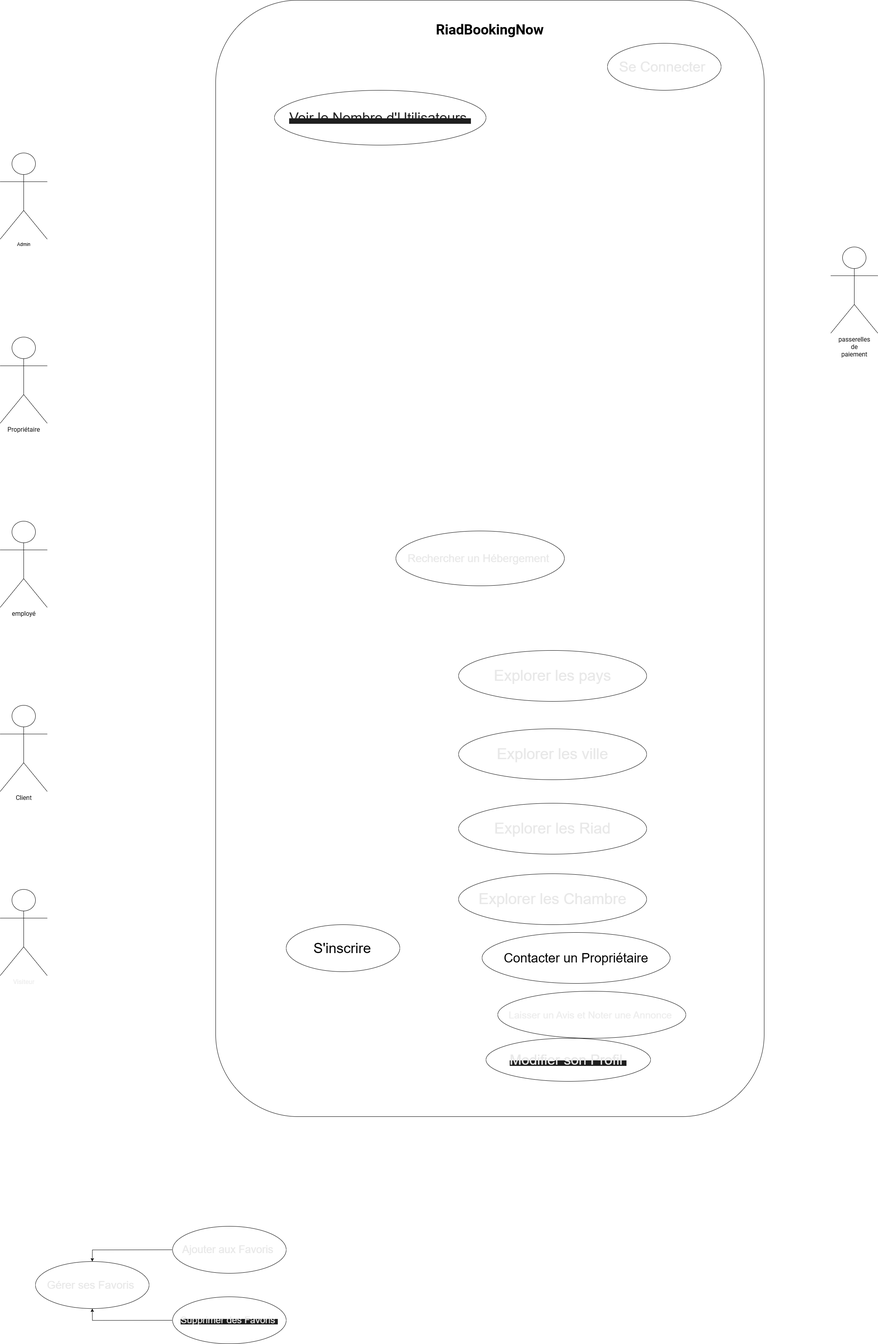
Earlier version of the draw.io export UML/useCase.drawio.png (Mohammed-Ben-Cheikh/ProjectFllRouge). Source tidied: cells renumbered, new cells last; positions are measured from the earlier drawing's top-left corner, leaving out a move shared by most shapes.
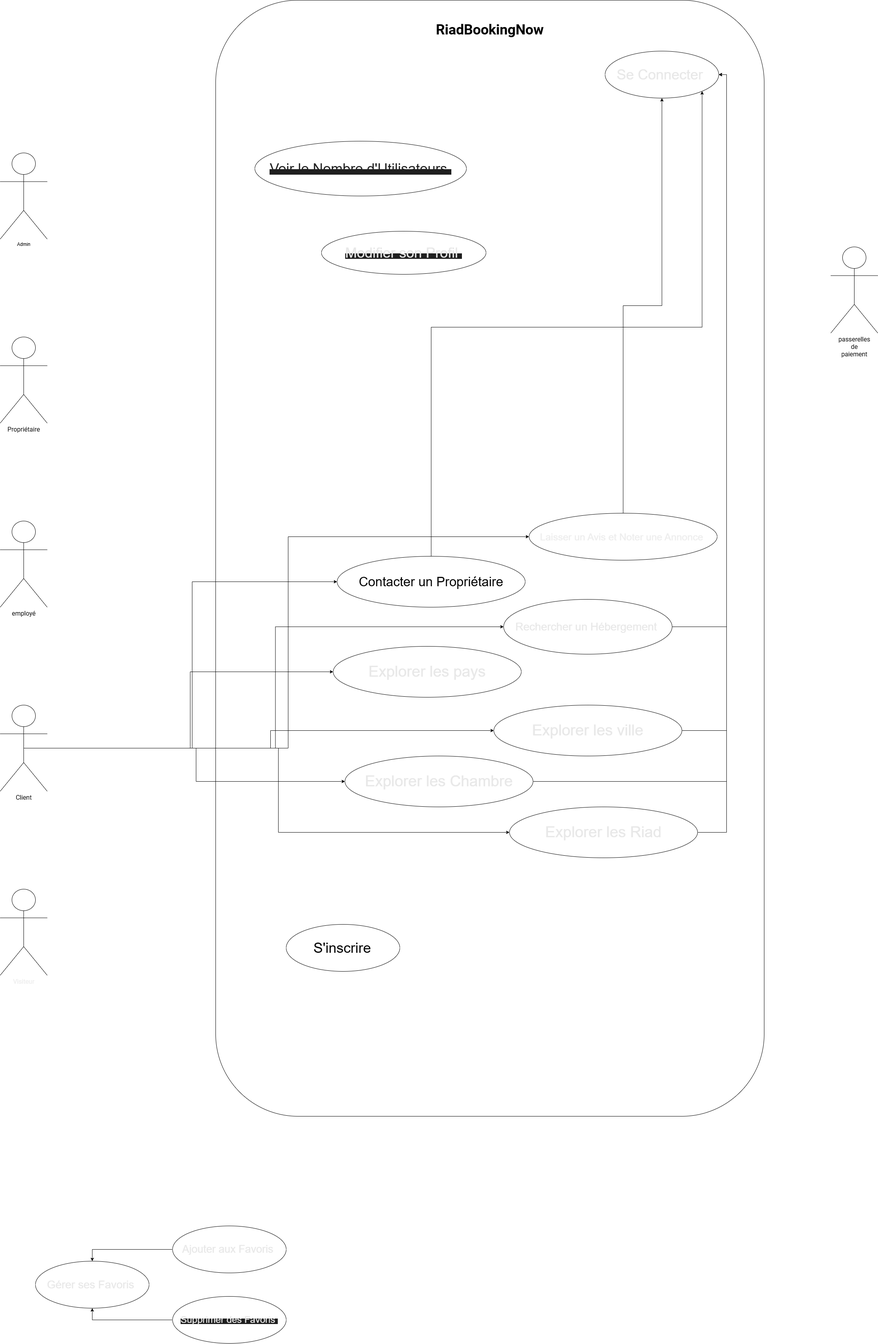
The same diagram one commit later.

Commit message:
Mettre à jour useCase.drawio.png

Change to the diagram source:
```diff
@@ -14,6 +14,27 @@
     <mxCell id="5" value="&lt;b id=&quot;docs-internal-guid-2b99eb78-7fff-9725-4ab4-94ead0ad9fa5&quot; style=&quot;font-weight:normal;&quot;&gt;&lt;span style=&quot;font-size: 12pt; font-family: Roboto, sans-serif; color: rgb(0, 0, 0); background-color: transparent; font-weight: 400; font-style: normal; font-variant: normal; text-decoration: none; vertical-align: baseline; white-space: pre-wrap;&quot;&gt;employé&lt;/span&gt;&lt;/b&gt;" style="shape=umlActor;verticalLabelPosition=bottom;verticalAlign=top;html=1;" parent="1" vertex="1">
       <mxGeometry y="1330" width="120" height="220" as="geometry" />
     </mxCell>
+    <mxCell id="26" style="edgeStyle=orthogonalEdgeStyle;rounded=0;jettySize=auto;html=1;exitX=0.5;exitY=0.5;exitDx=0;exitDy=0;exitPerimeter=0;entryX=0;entryY=0.5;entryDx=0;entryDy=0;" parent="1" edge="1" source="6" target="14">
+      <mxGeometry relative="1" as="geometry" />
+    </mxCell>
+    <mxCell id="27" style="edgeStyle=orthogonalEdgeStyle;rounded=0;jettySize=auto;html=1;exitX=0.5;exitY=0.5;exitDx=0;exitDy=0;exitPerimeter=0;entryX=0;entryY=0.5;entryDx=0;entryDy=0;" parent="1" edge="1" source="6" target="13">
+      <mxGeometry relative="1" as="geometry" />
+    </mxCell>
+    <mxCell id="28" style="edgeStyle=orthogonalEdgeStyle;rounded=0;jettySize=auto;html=1;exitX=0.5;exitY=0.5;exitDx=0;exitDy=0;exitPerimeter=0;entryX=0;entryY=0.5;entryDx=0;entryDy=0;" parent="1" edge="1" source="6" target="15">
+      <mxGeometry relative="1" as="geometry" />
+    </mxCell>
+    <mxCell id="29" style="edgeStyle=orthogonalEdgeStyle;rounded=0;jettySize=auto;html=1;exitX=0.5;exitY=0.5;exitDx=0;exitDy=0;exitPerimeter=0;entryX=0;entryY=0.5;entryDx=0;entryDy=0;" parent="1" edge="1" source="6" target="16">
+      <mxGeometry relative="1" as="geometry" />
+    </mxCell>
+    <mxCell id="30" style="edgeStyle=orthogonalEdgeStyle;rounded=0;jettySize=auto;html=1;exitX=0.5;exitY=0.5;exitDx=0;exitDy=0;exitPerimeter=0;entryX=0;entryY=0.5;entryDx=0;entryDy=0;" parent="1" edge="1" source="6" target="12">
+      <mxGeometry relative="1" as="geometry" />
+    </mxCell>
+    <mxCell id="31" style="edgeStyle=orthogonalEdgeStyle;rounded=0;jettySize=auto;html=1;exitX=0.5;exitY=0.5;exitDx=0;exitDy=0;exitPerimeter=0;entryX=0;entryY=0.5;entryDx=0;entryDy=0;" parent="1" edge="1" source="6" target="17">
+      <mxGeometry relative="1" as="geometry" />
+    </mxCell>
+    <mxCell id="32" style="edgeStyle=orthogonalEdgeStyle;rounded=0;jettySize=auto;html=1;exitX=0.5;exitY=0.5;exitDx=0;exitDy=0;exitPerimeter=0;entryX=0;entryY=0.5;entryDx=0;entryDy=0;" parent="1" edge="1" source="6" target="18">
+      <mxGeometry relative="1" as="geometry" />
+    </mxCell>
     <mxCell id="6" value="&lt;div&gt;&lt;span style=&quot;background-color: transparent; color: light-dark(rgb(0, 0, 0), rgb(255, 255, 255));&quot; id=&quot;docs-internal-guid-0417c63d-7fff-1612-2722-c12c10c178e6&quot;&gt;&lt;span style=&quot;font-size: 12pt; font-family: Roboto, sans-serif; color: rgb(0, 0, 0); background-color: transparent; font-variant-numeric: normal; font-variant-east-asian: normal; font-variant-alternates: normal; font-variant-position: normal; font-variant-emoji: normal; vertical-align: baseline; white-space: pre-wrap;&quot;&gt;C&lt;/span&gt;&lt;/span&gt;&lt;span style=&quot;background-color: transparent; color: light-dark(rgb(0, 0, 0), rgb(237, 237, 237)); font-family: Roboto, sans-serif; font-size: 12pt; white-space: pre-wrap;&quot;&gt;lient&lt;/span&gt;&lt;/div&gt;" style="shape=umlActor;verticalLabelPosition=bottom;verticalAlign=top;html=1;outlineConnect=0;" parent="1" vertex="1">
       <mxGeometry y="1800" width="120" height="220" as="geometry" />
     </mxCell>
@@ -27,31 +48,49 @@
       <mxGeometry y="2270" width="120" height="220" as="geometry" />
     </mxCell>
     <mxCell id="10" value="&lt;span style=&quot;font-family: Arial, sans-serif; text-align: start; white-space: pre;&quot;&gt;&lt;font style=&quot;font-size: 36px; color: light-dark(rgb(232, 232, 232), rgb(255, 255, 255));&quot;&gt;Se Connecter &lt;/font&gt;&lt;/span&gt;" style="ellipse;whiteSpace=wrap;html=1;" parent="1" vertex="1">
-      <mxGeometry x="1550" y="110" width="290" height="120" as="geometry" />
+      <mxGeometry x="1544" y="130" width="290" height="120" as="geometry" />
     </mxCell>
     <mxCell id="11" value="&lt;div style=&quot;text-align: start;&quot;&gt;&lt;span style=&quot;background-color: transparent; font-size: 36px; white-space: pre;&quot;&gt;&lt;font face=&quot;Arial, sans-serif&quot;&gt;S'inscrire&lt;/font&gt;&lt;/span&gt;&lt;span style=&quot;background-color: transparent; color: light-dark(rgb(0, 0, 0), rgb(255, 255, 255));&quot;&gt;&amp;nbsp;&lt;/span&gt;&lt;/div&gt;" style="ellipse;whiteSpace=wrap;html=1;" parent="1" vertex="1">
       <mxGeometry x="730" y="2360" width="290" height="120" as="geometry" />
     </mxCell>
+    <mxCell id="33" style="edgeStyle=orthogonalEdgeStyle;rounded=0;jettySize=auto;html=1;exitX=1;exitY=0.5;exitDx=0;exitDy=0;entryX=1;entryY=0.5;entryDx=0;entryDy=0;" parent="1" edge="1" source="12" target="10">
+      <mxGeometry relative="1" as="geometry" />
+    </mxCell>
     <mxCell id="12" value="&lt;span style=&quot;font-family: Arial, sans-serif; text-align: start; white-space: pre;&quot;&gt;&lt;font style=&quot;font-size: 28px; color: light-dark(rgb(232, 232, 232), rgb(255, 255, 255));&quot;&gt;Rechercher un Hébergement &lt;/font&gt;&lt;/span&gt;" style="ellipse;whiteSpace=wrap;html=1;" parent="1" vertex="1">
-      <mxGeometry x="1010" y="1355" width="430" height="140" as="geometry" />
+      <mxGeometry x="1285" y="1530" width="430" height="140" as="geometry" />
     </mxCell>
+    <mxCell id="34" style="edgeStyle=orthogonalEdgeStyle;rounded=0;jettySize=auto;html=1;exitX=1;exitY=0.5;exitDx=0;exitDy=0;entryX=1;entryY=0.5;entryDx=0;entryDy=0;" parent="1" edge="1" source="13" target="10">
+      <mxGeometry relative="1" as="geometry" />
+    </mxCell>
     <mxCell id="13" value="&lt;span style=&quot;font-family: Arial, sans-serif; text-align: start; white-space: pre;&quot;&gt;&lt;font style=&quot;font-size: 39px; color: light-dark(rgb(232, 232, 232), rgb(255, 255, 255));&quot;&gt;Explorer les Riad&lt;/font&gt;&lt;/span&gt;" style="ellipse;whiteSpace=wrap;html=1;" parent="1" vertex="1">
-      <mxGeometry x="1170" y="2050" width="480" height="130" as="geometry" />
+      <mxGeometry x="1300" y="2060" width="480" height="130" as="geometry" />
     </mxCell>
+    <mxCell id="35" style="edgeStyle=orthogonalEdgeStyle;rounded=0;jettySize=auto;html=1;exitX=1;exitY=0.5;exitDx=0;exitDy=0;entryX=1;entryY=0.5;entryDx=0;entryDy=0;" parent="1" edge="1" source="14" target="10">
+      <mxGeometry relative="1" as="geometry" />
+    </mxCell>
     <mxCell id="14" value="&lt;span style=&quot;font-family: Arial, sans-serif; text-align: start; white-space: pre;&quot;&gt;&lt;font style=&quot;font-size: 39px; color: light-dark(rgb(232, 232, 232), rgb(255, 255, 255));&quot;&gt;Explorer les Chambre&lt;/font&gt;&lt;/span&gt;" style="ellipse;whiteSpace=wrap;html=1;" parent="1" vertex="1">
-      <mxGeometry x="1170" y="2230" width="480" height="130" as="geometry" />
+      <mxGeometry x="880" y="1930" width="480" height="130" as="geometry" />
     </mxCell>
+    <mxCell id="36" style="edgeStyle=orthogonalEdgeStyle;rounded=0;jettySize=auto;html=1;exitX=1;exitY=0.5;exitDx=0;exitDy=0;entryX=1;entryY=0.5;entryDx=0;entryDy=0;" parent="1" edge="1" source="15" target="10">
+      <mxGeometry relative="1" as="geometry" />
+    </mxCell>
     <mxCell id="15" value="&lt;span style=&quot;font-family: Arial, sans-serif; text-align: start; white-space: pre;&quot;&gt;&lt;font style=&quot;font-size: 39px; color: light-dark(rgb(232, 232, 232), rgb(255, 255, 255));&quot;&gt;Explorer les ville&lt;/font&gt;&lt;/span&gt;" style="ellipse;whiteSpace=wrap;html=1;" parent="1" vertex="1">
-      <mxGeometry x="1170" y="1860" width="480" height="130" as="geometry" />
+      <mxGeometry x="1260" y="1800" width="480" height="130" as="geometry" />
     </mxCell>
     <mxCell id="16" value="&lt;span style=&quot;font-family: Arial, sans-serif; text-align: start; white-space: pre;&quot;&gt;&lt;font style=&quot;font-size: 39px; color: light-dark(rgb(232, 232, 232), rgb(255, 255, 255));&quot;&gt;Explorer les pays&lt;/font&gt;&lt;/span&gt;" style="ellipse;whiteSpace=wrap;html=1;" parent="1" vertex="1">
-      <mxGeometry x="1170" y="1660" width="480" height="130" as="geometry" />
+      <mxGeometry x="850" y="1650" width="480" height="130" as="geometry" />
     </mxCell>
+    <mxCell id="37" style="edgeStyle=orthogonalEdgeStyle;rounded=0;jettySize=auto;html=1;exitX=0.5;exitY=0;exitDx=0;exitDy=0;entryX=1;entryY=1;entryDx=0;entryDy=0;" parent="1" edge="1" source="17" target="10">
+      <mxGeometry relative="1" as="geometry" />
+    </mxCell>
     <mxCell id="17" value="&lt;font style=&quot;font-size: 33px;&quot;&gt;&lt;span style=&quot;font-family: Arial, sans-serif; font-style: normal; font-variant-ligatures: normal; font-variant-caps: normal; font-weight: 400; letter-spacing: normal; orphans: 2; text-align: start; text-indent: 0px; text-transform: none; widows: 2; word-spacing: 0px; -webkit-text-stroke-width: 0px; white-space: pre; text-decoration-thickness: initial; text-decoration-style: initial; text-decoration-color: initial; float: none; display: inline !important;&quot;&gt;Contacter un Propriétaire&lt;/span&gt;&lt;/font&gt;" style="ellipse;whiteSpace=wrap;html=1;fontColor=default;" parent="1" vertex="1">
-      <mxGeometry x="1230" y="2380" width="480" height="130" as="geometry" />
+      <mxGeometry x="860" y="1420" width="480" height="130" as="geometry" />
     </mxCell>
+    <mxCell id="38" style="edgeStyle=orthogonalEdgeStyle;rounded=0;jettySize=auto;html=1;exitX=0.5;exitY=0;exitDx=0;exitDy=0;entryX=0.5;entryY=1;entryDx=0;entryDy=0;" parent="1" edge="1" source="18" target="10">
+      <mxGeometry relative="1" as="geometry" />
+    </mxCell>
     <mxCell id="18" value="&lt;div style=&quot;text-align: start;&quot;&gt;&lt;span style=&quot;font-family: Arial, sans-serif; white-space: pre;&quot;&gt;&lt;font style=&quot;color: light-dark(rgb(237, 237, 237), rgb(255, 255, 255)); font-size: 25px;&quot;&gt;Laisser un Avis et Noter une Annonce &lt;/font&gt;&lt;/span&gt;&lt;/div&gt;" style="ellipse;whiteSpace=wrap;html=1;" parent="1" vertex="1">
-      <mxGeometry x="1270" y="2530" width="480" height="120" as="geometry" />
+      <mxGeometry x="1350" y="1310" width="480" height="120" as="geometry" />
     </mxCell>
     <mxCell id="19" value="&lt;div style=&quot;text-align: start;&quot;&gt;&lt;span style=&quot;font-family: Arial, sans-serif; white-space: pre;&quot;&gt;&lt;font style=&quot;color: light-dark(rgb(232, 232, 232), rgb(255, 255, 255)); font-size: 28px;&quot;&gt;Gérer ses Favoris &lt;/font&gt;&lt;/span&gt;&lt;/div&gt;" style="ellipse;whiteSpace=wrap;html=1;" parent="1" vertex="1">
       <mxGeometry x="90" y="3220" width="290" height="120" as="geometry" />
@@ -69,10 +108,10 @@
       <mxGeometry x="440" y="3310" width="290" height="120" as="geometry" />
     </mxCell>
     <mxCell id="24" value="&lt;div style=&quot;text-align: start;&quot;&gt;&lt;span style=&quot;font-family: Arial, sans-serif; white-space: pre; background-color: light-dark(rgb(31, 31, 31), transparent);&quot;&gt;&lt;font style=&quot;color: light-dark(rgb(232, 232, 232), rgb(255, 255, 255)); font-size: 36px;&quot;&gt;Modifier son Profil &lt;/font&gt;&lt;/span&gt;&lt;/div&gt;" style="ellipse;whiteSpace=wrap;html=1;" parent="1" vertex="1">
-      <mxGeometry x="1240" y="2650" width="420" height="110" as="geometry" />
+      <mxGeometry x="820" y="590" width="420" height="110" as="geometry" />
     </mxCell>
     <mxCell id="25" value="&lt;span style=&quot;font-family: Arial, sans-serif; text-align: start; white-space: pre; background-color: light-dark(rgb(31, 31, 31), transparent);&quot;&gt;&lt;font style=&quot;color: light-dark(rgb(31, 31, 31), rgb(255, 255, 255)); font-size: 36px;&quot;&gt;Voir le Nombre d'Utilisateurs &lt;/font&gt;&lt;/span&gt;" style="ellipse;whiteSpace=wrap;html=1;" parent="1" vertex="1">
-      <mxGeometry x="700" y="230" width="540" height="140" as="geometry" />
+      <mxGeometry x="650" y="360" width="540" height="140" as="geometry" />
     </mxCell>
   </root>
 </mxGraphModel>
```
